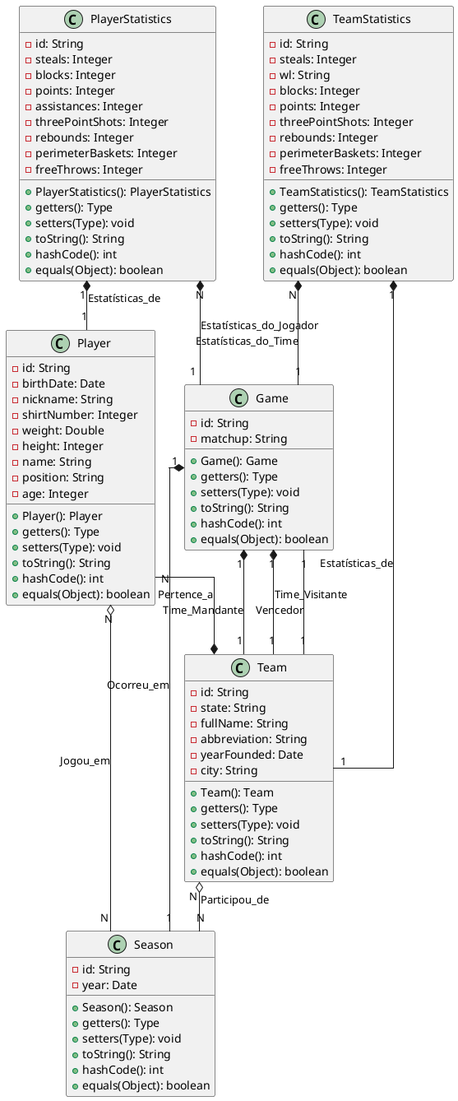
Pedro-H-Gregorio/NBA_api keeps this PlantUML diagram as aps/diagrams/class/model.png. Above is the earlier version.
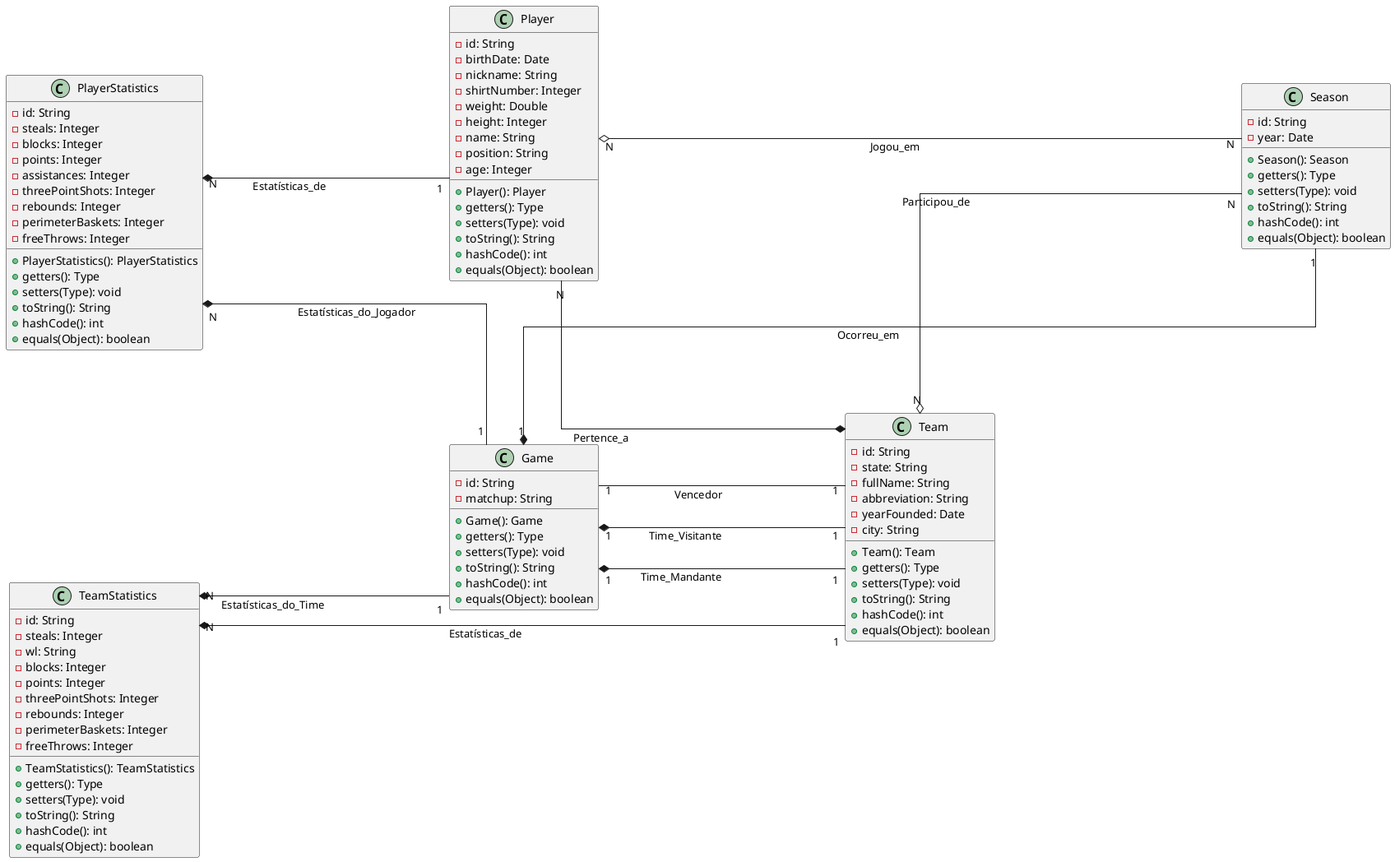
Later version of the same file.

Commit message:
class diagram update

Change to the diagram source:
```diff
@@ -1,4 +1,7 @@
 @startuml
+left to right direction
+skinparam nodesep 200
+skinparam ranksep 300
 skinparam linetype ortho
 
 class Player {
@@ -106,7 +109,7 @@
 Game "1" *-- "1" Team : Time_Visitante
 Game "1" -- "1" Team : Vencedor
 PlayerStatistics "N" *-- "1" Game : Estatísticas_do_Jogador
-PlayerStatistics "1" *-- "1" Player : Estatísticas_de
+PlayerStatistics "N" *-- "1" Player : Estatísticas_de
 TeamStatistics "N" *-- "1" Game : Estatísticas_do_Time
-TeamStatistics "1" *-- "1" Team : Estatísticas_de
+TeamStatistics "N" *-- "1" Team : Estatísticas_de
 @enduml
```
